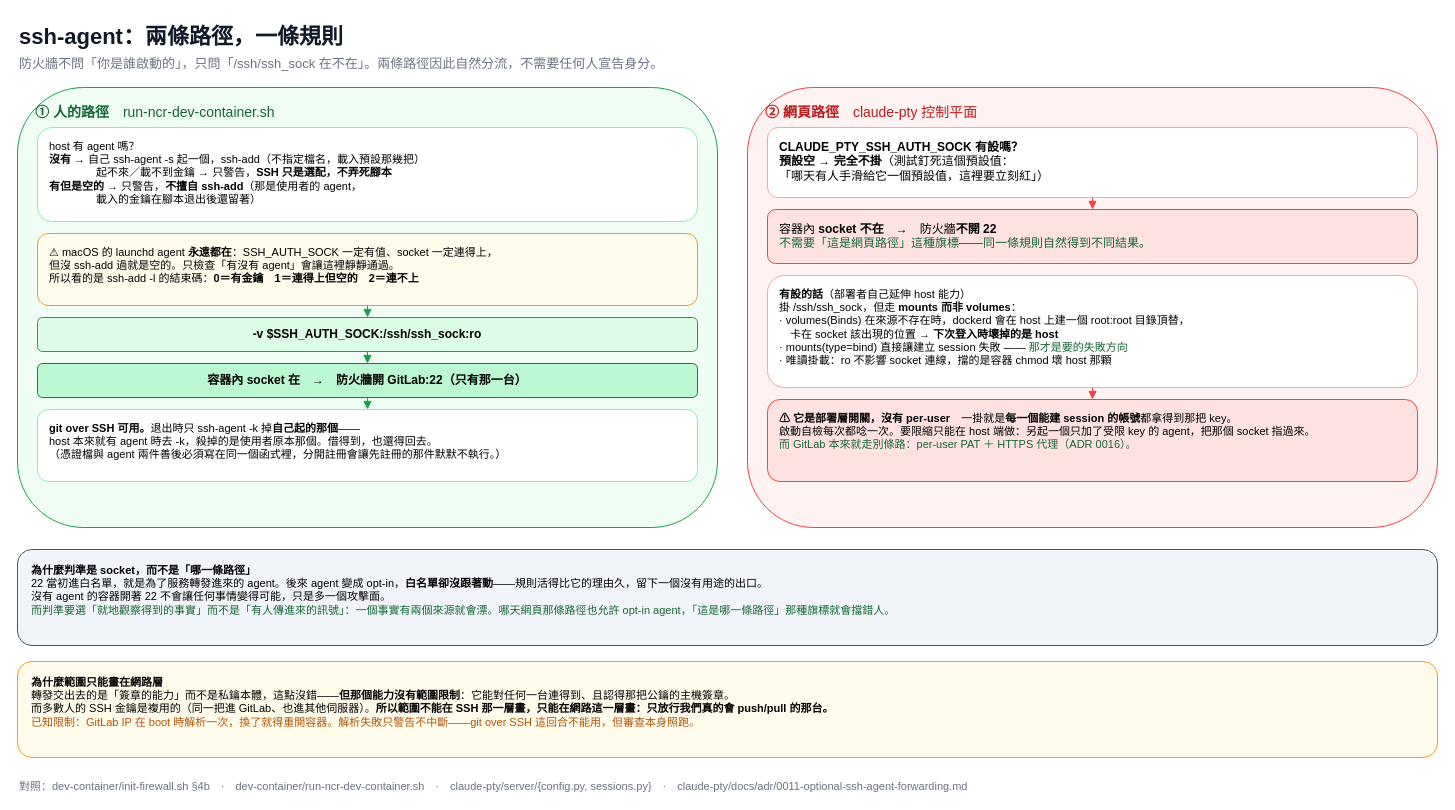
The draw.io diagram page "2. ssh-agent：兩條路徑，一條規則" (2 of 3) of docs/dev-container.drawio in nathanfhh/30-days-ironman, before the edit. Source tidied: cells renumbered, new cells numbered last; positions are measured from the earlier drawing's top-left corner, leaving out a move shared by most shapes. Both pictures are drawn from the tidied source at 100%, with x=0, y=0 at pixel (17, 17).
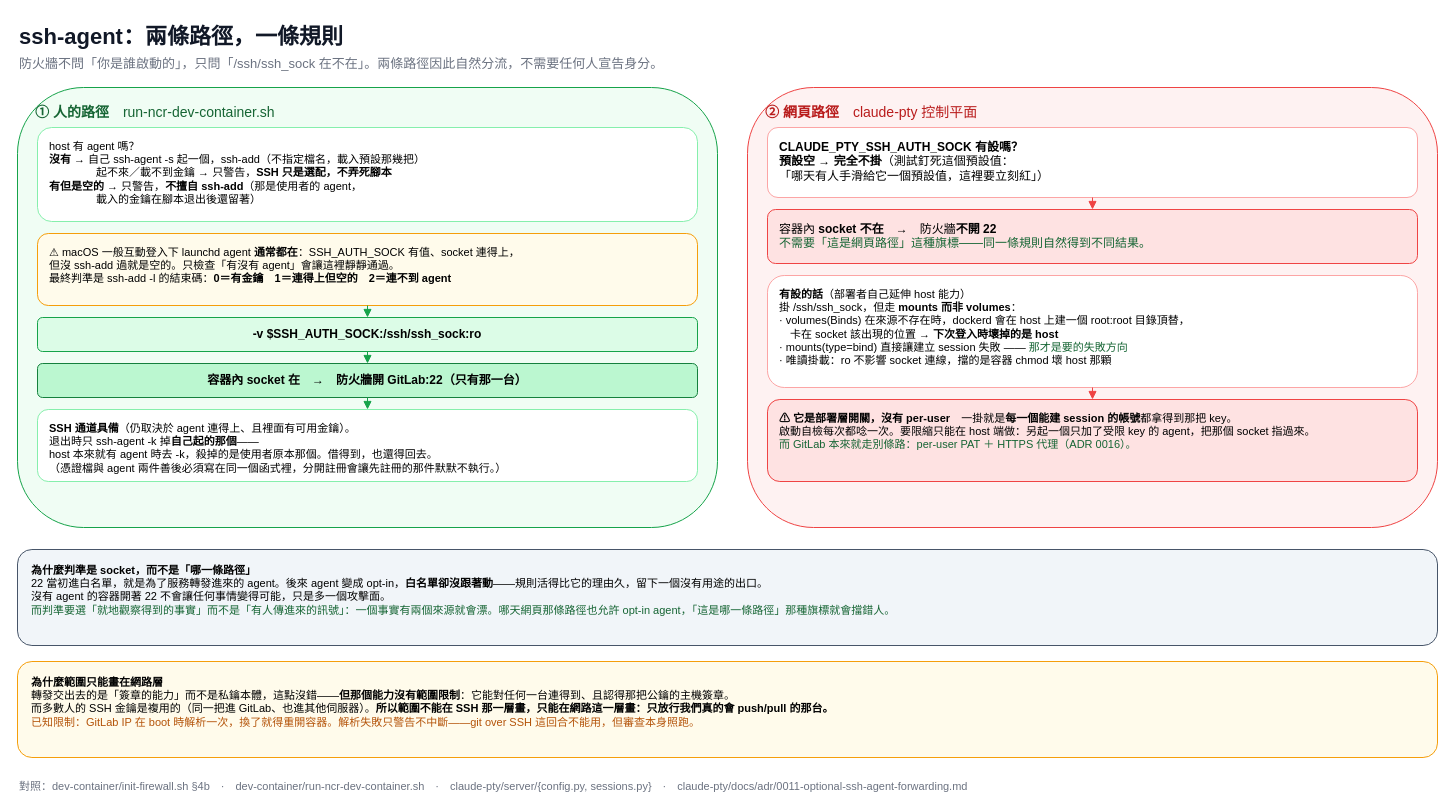
The same page after the edit.

Commit message (it also covers changes not shown here):
docs(ssh-agent): 22 的判準是 socket 在不在，不是 host 上原本有沒有 agent

The edit, as a diff of the source:
```diff
@@
-    <mxCell id="7" value="⚠ macOS 的 launchd agent &lt;b&gt;永遠都在&lt;/b&gt;：SSH_AUTH_SOCK 一定有值、socket 一定連得上，&#10;但沒 ssh-add 過就是空的。只檢查「有沒有 agent」會讓這裡靜靜通過。&#10;所以看的是 ssh-add -l 的結束碼：&lt;b&gt;0＝有金鑰　1＝連得上但空的　2＝連不上&lt;/b&gt;" style="rounded=1;whiteSpace=wrap;html=1;fillColor=#fffbeb;strokeColor=#f59e0b;fontSize=11;align=left;spacingLeft=10;verticalAlign=top;spacingTop=6;" parent="1" vertex="1">
+    <mxCell id="7" value="⚠ macOS 一般互動登入下 launchd agent &lt;b&gt;通常都在&lt;/b&gt;：SSH_AUTH_SOCK 有值、socket 連得上，&#10;但沒 ssh-add 過就是空的。只檢查「有沒有 agent」會讓這裡靜靜通過。&#10;最終判準是 ssh-add -l 的結束碼：&lt;b&gt;0＝有金鑰　1＝連得上但空的　2＝連不到 agent&lt;/b&gt;" style="rounded=1;whiteSpace=wrap;html=1;fillColor=#fffbeb;strokeColor=#f59e0b;fontSize=11;align=left;spacingLeft=10;verticalAlign=top;spacingTop=6;" parent="1" vertex="1">
       <mxGeometry x="20" y="216" width="660" height="72" as="geometry" />
     </mxCell>
@@
-    <mxCell id="10" value="&lt;b&gt;git over SSH 可用。&lt;/b&gt;退出時只 ssh-agent -k 掉&lt;b&gt;自己起的那個&lt;/b&gt;——&#10;host 本來就有 agent 時去 -k，殺掉的是使用者原本那個。借得到，也還得回去。&#10;（憑證檔與 agent 兩件善後必須寫在同一個函式裡，分開註冊會讓先註冊的那件默默不執行。）" style="rounded=1;whiteSpace=wrap;html=1;fillColor=#ffffff;strokeColor=#86efac;fontSize=11;align=left;spacingLeft=10;verticalAlign=top;spacingTop=6;" parent="1" vertex="1">
+    <mxCell id="10" value="&lt;b&gt;SSH 通道具備&lt;/b&gt;（仍取決於 agent 連得上、且裡面有可用金鑰）。&#10;退出時只 ssh-agent -k 掉&lt;b&gt;自己起的那個&lt;/b&gt;——&#10;host 本來就有 agent 時去 -k，殺掉的是使用者原本那個。借得到，也還得回去。&#10;（憑證檔與 agent 兩件善後必須寫在同一個函式裡，分開註冊會讓先註冊的那件默默不執行。）" style="rounded=1;whiteSpace=wrap;html=1;fillColor=#ffffff;strokeColor=#86efac;fontSize=11;align=left;spacingLeft=10;verticalAlign=top;spacingTop=6;" parent="1" vertex="1">
       <mxGeometry x="20" y="392" width="660" height="72" as="geometry" />
     </mxCell>
```
